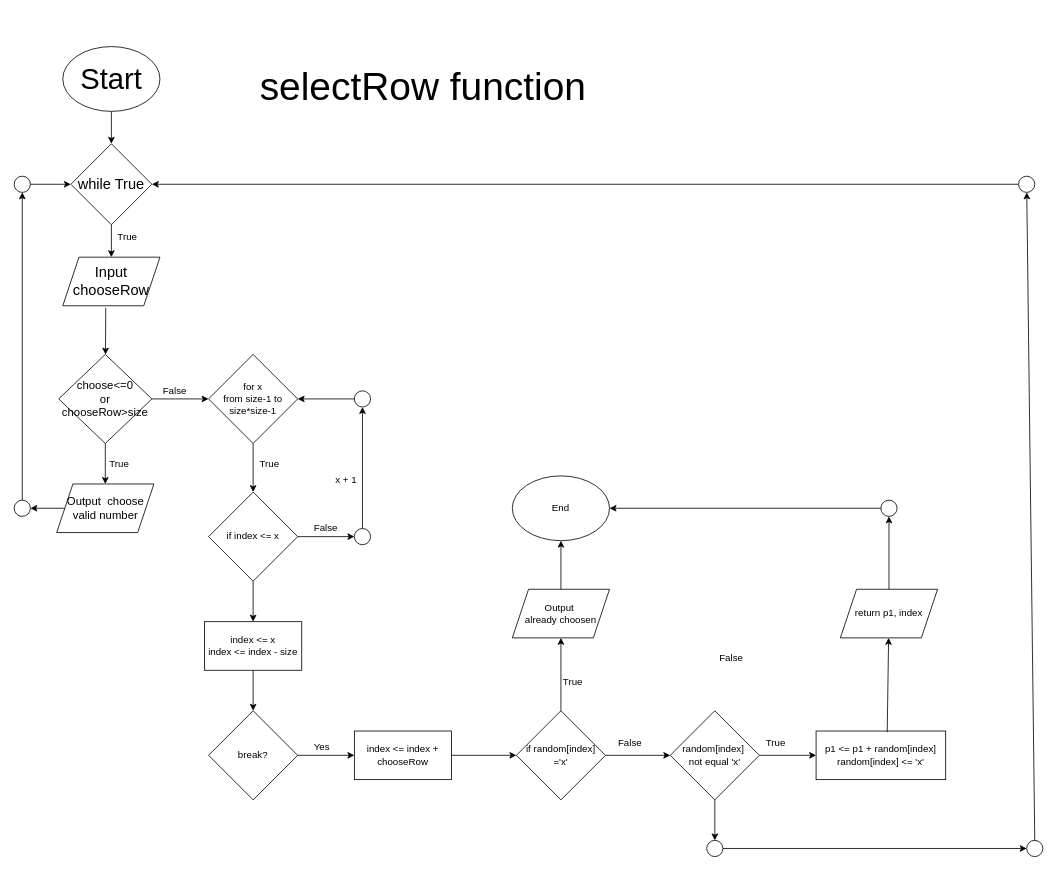
The draw.io diagram page "selectRow" (1 of 9) of flowchart.drawio in NCCHANG/Assignment_T2220, before the edit. Source tidied: cells renumbered, new cells numbered last; positions are measured from the earlier drawing's top-left corner, leaving out a move shared by most shapes. Both pictures are drawn from the tidied source at 81%, with x=0, y=0 at pixel (14, 14).
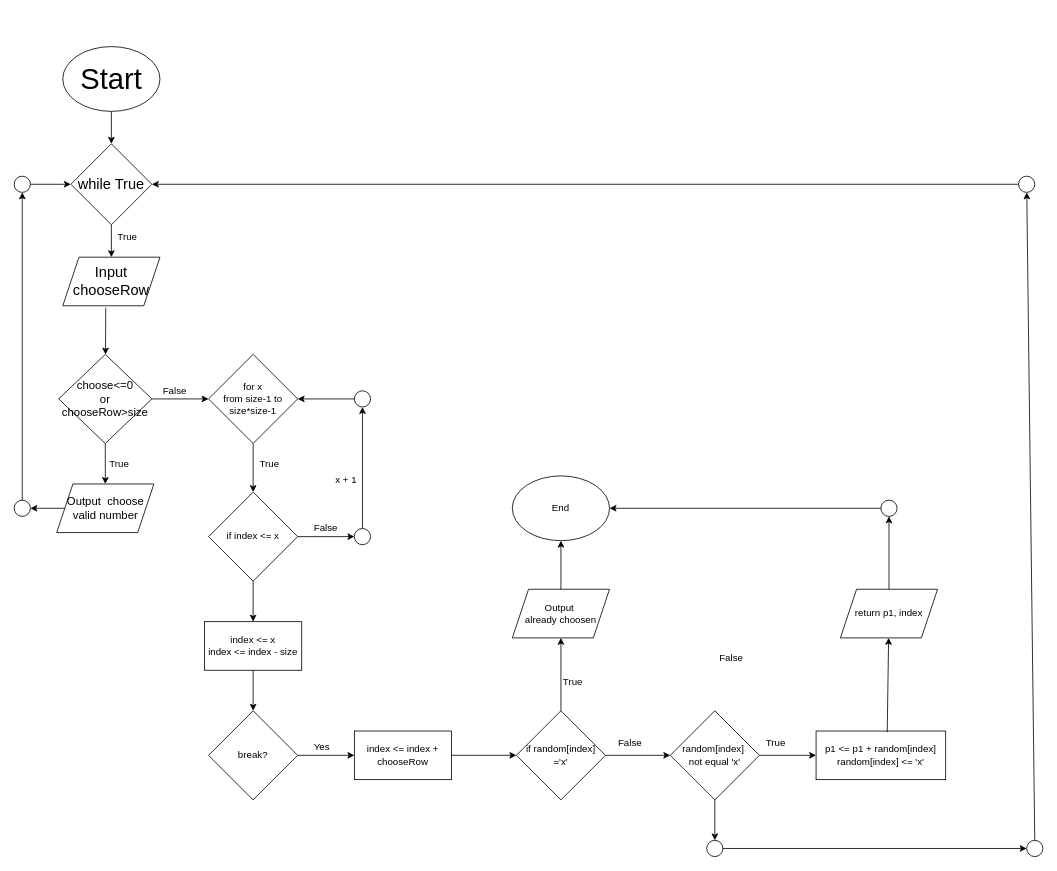
Above is the later version.

What changed in the source:
```diff
@@
-    <mxCell id="59" value="&lt;font style=&quot;font-size: 48px;&quot;&gt;selectRow function&lt;/font&gt;" style="text;html=1;strokeColor=none;fillColor=none;align=center;verticalAlign=middle;whiteSpace=wrap;rounded=0;" parent="1" vertex="1">
-      <mxGeometry x="300" width="410" height="180" as="geometry" />
-    </mxCell>
```
